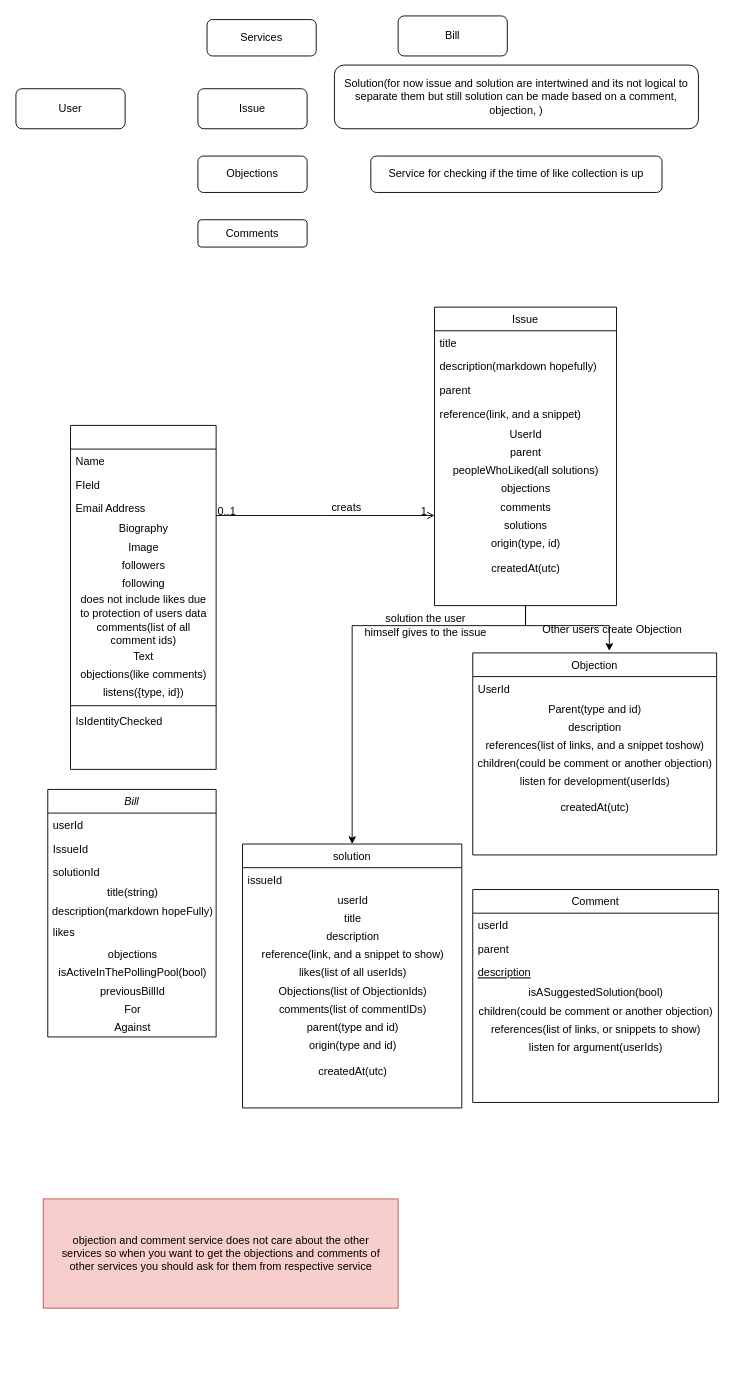
alirezashahali/politlling_political_polling keeps this draw.io diagram as Untitled Diagram.drawio. Above is the earlier version. Source tidied: cells renumbered, new cells numbered last; positions are measured from the earlier drawing's top-left corner, leaving out a move shared by most shapes. Both pictures are drawn from the tidied source at 91%, with x=0, y=0 at pixel (15, 15).
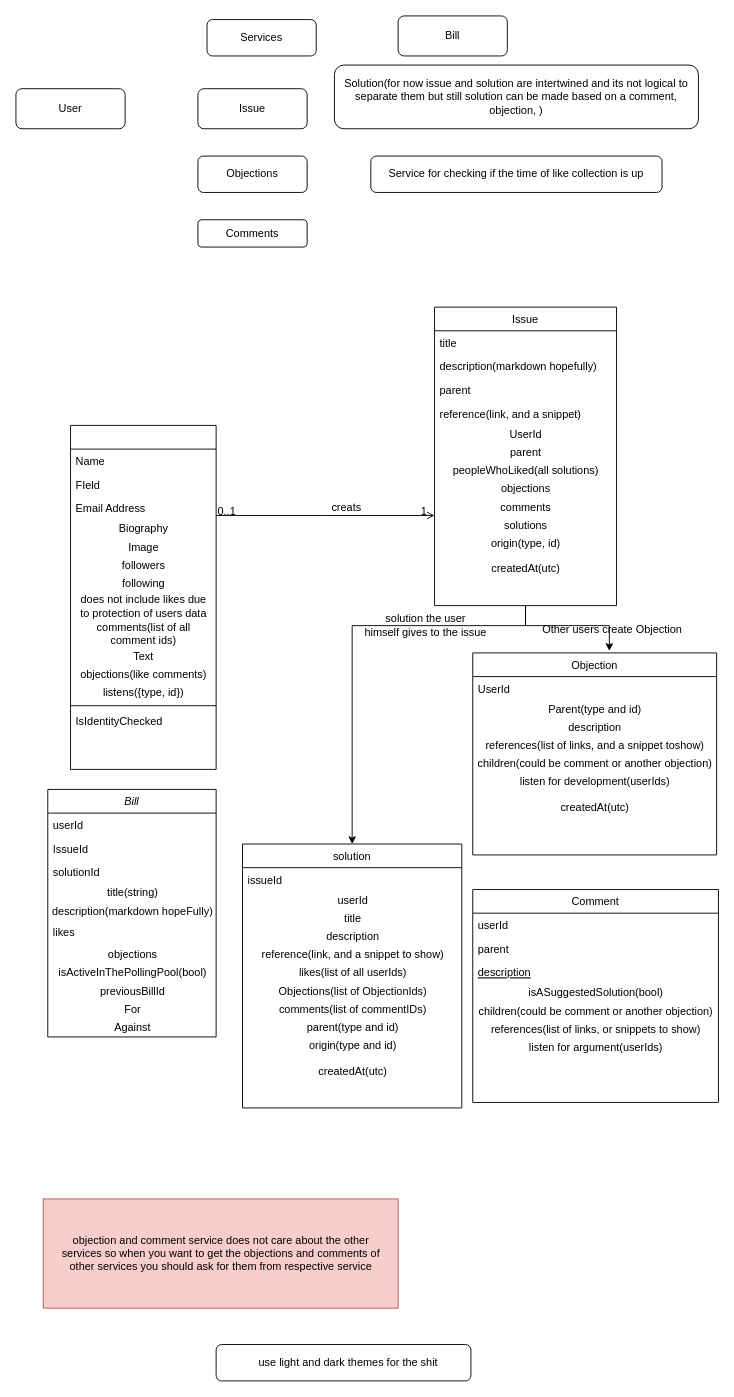
After the change.

What changed in the source:
```diff
@@
+    <mxCell id="88" style="rounded=1;whiteSpace=wrap;html=1;" parent="1" vertex="1">
+      <mxGeometry x="220" y="1460" width="280" height="40" as="geometry" />
+    </mxCell>
+    <mxCell id="89" value="use light and dark themes for the shit" style="text;html=1;align=center;verticalAlign=middle;fillColor=none;strokeColor=none;rounded=0;" parent="1" vertex="1" collapsed="1">
+      <mxGeometry x="245" y="1470" width="240" height="20" as="geometry" />
+    </mxCell>
```
